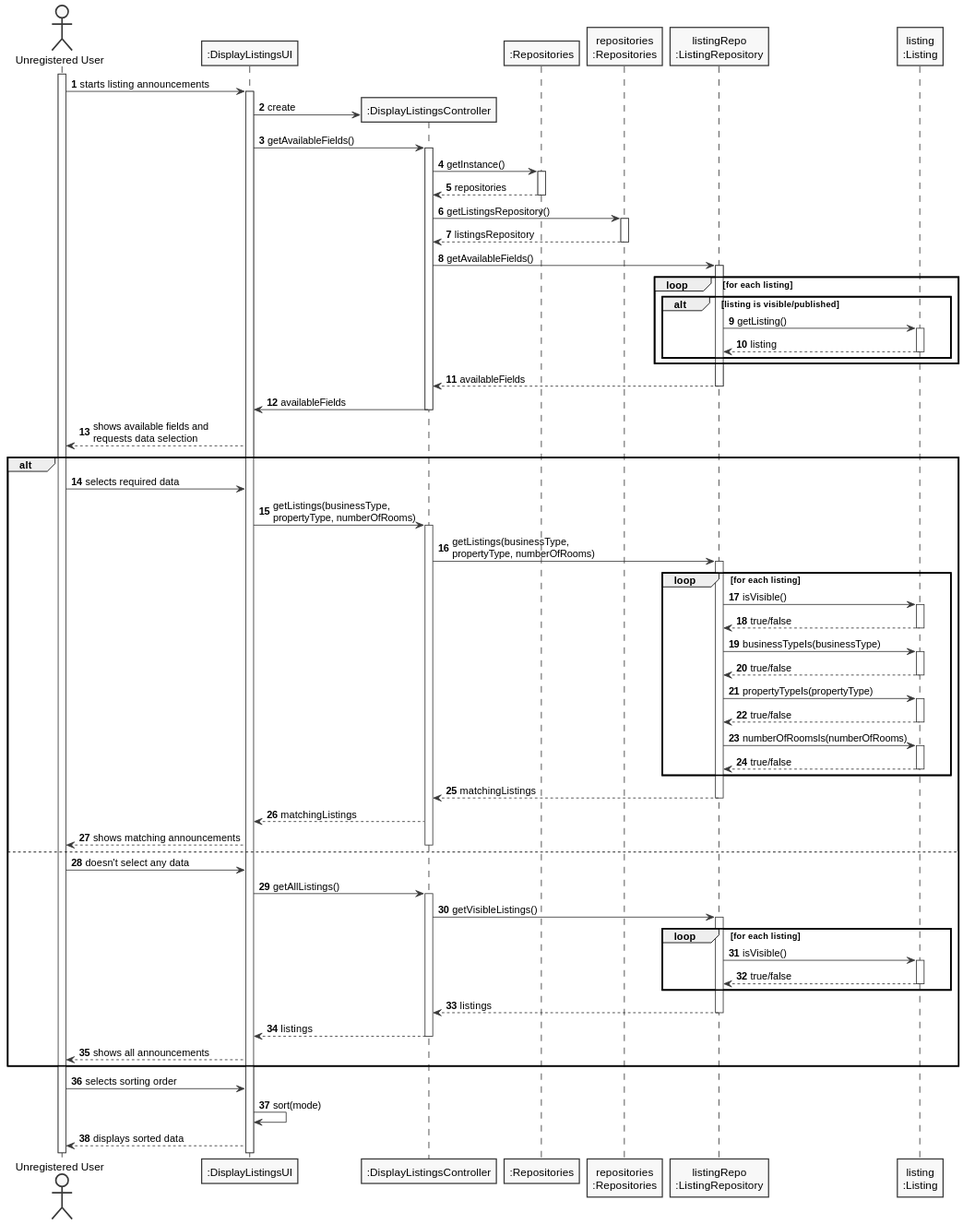
Before: docs/sprintB/US001/03.design/svg/us001-sequence-diagram-full.svg, a diagram exported from PlantUML (tiagohcorreia/LAPR2).
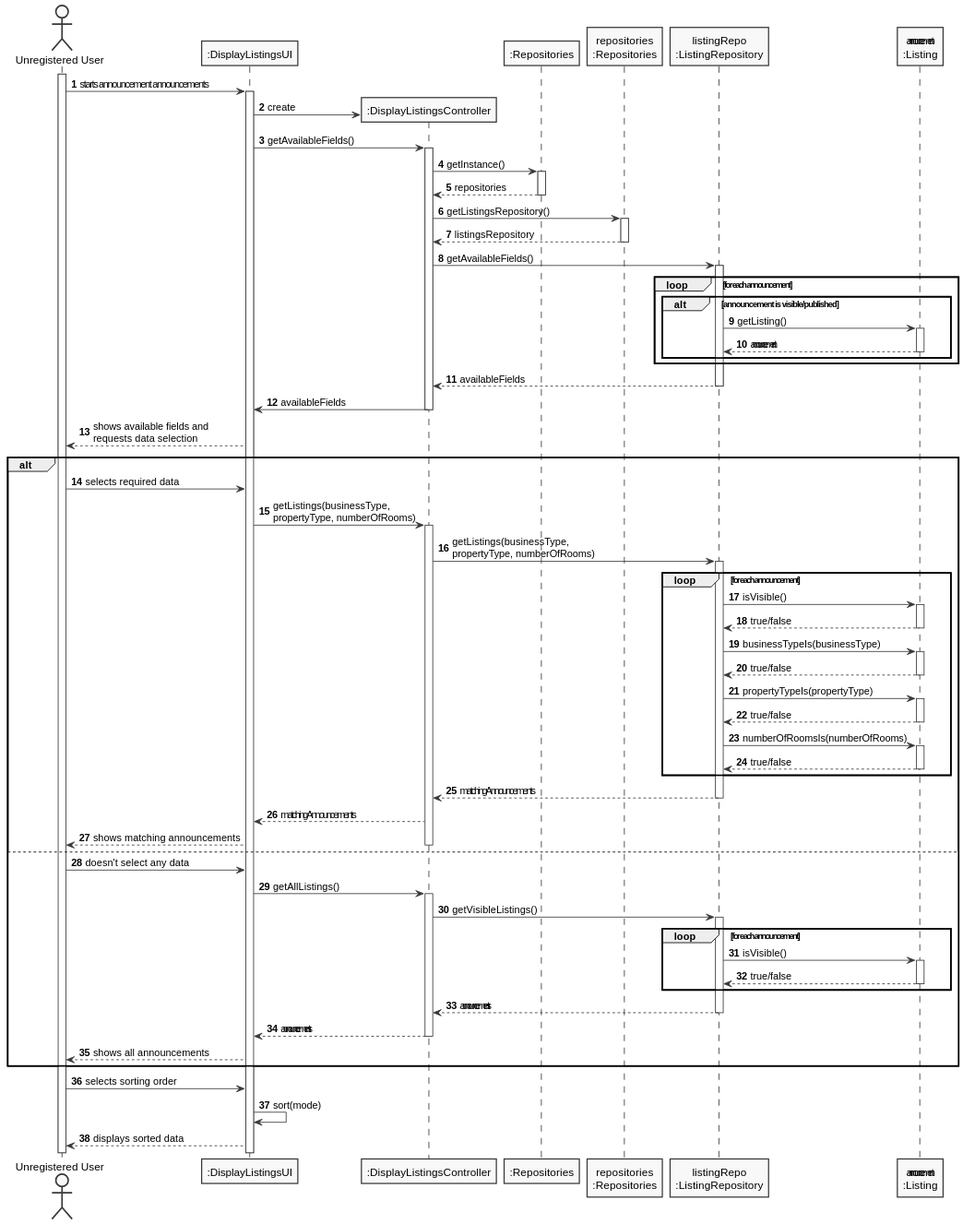
The same diagram one commit later.

Diff of the diagram source:
```diff
@@ -6,18 +6,18 @@
 autonumber
 
 actor "Unregistered User" as UR
-participant ":DisplayListingsUI" as UI
-participant ":DisplayListingsUI" as UI
+participant ":DisplayAnnouncementsUI" as UI
+participant ":DisplayAnnouncementsUI" as UI
 participant ":DisplayListingsController" as CTRL
 participant ":Repositories" as reposclass
 participant "repositories\n:Repositories" as repositories
-participant "listingRepo\n:ListingRepository" as LRepo
-participant "listing\n:Listing" as listing
+participant "listingRepo\n:AnnouncementRepository" as LRepo
+participant "announcement\n:Announcement" as announcement
 
 
 
 activate UR
-UR -> UI: starts listing announcements
+UR -> UI: starts announcement announcements
     activate UI
     UI -> CTRL**: create
 UI -> CTRL: getAvailableFields()
@@ -33,12 +33,12 @@
             deactivate repositories
         CTRL -> LRepo: getAvailableFields()
             activate LRepo
-            loop for each listing
-                alt listing is visible/published
-                LRepo -> listing: getListing()
-                    activate listing
-                    return listing
-                    deactivate listing
+            loop for each announcement
+                alt announcement is visible/published
+                LRepo -> announcement: getListing()
+                    activate announcement
+                    return announcement
+                    deactivate announcement
                 end
             end
             LRepo --> CTRL: availableFields
@@ -54,32 +54,32 @@
             activate CTRL
             CTRL -> LRepo: getListings(businessType,\npropertyType, numberOfRooms)
             activate LRepo
-            loop for each listing
-            LRepo -> listing: isVisible()
-            activate listing
+            loop for each announcement
+            LRepo -> announcement: isVisible()
+            activate announcement
             return true/false
-            deactivate listing
-            LRepo -> listing: businessTypeIs(businessType)
-            activate listing
+            deactivate announcement
+            LRepo -> announcement: businessTypeIs(businessType)
+            activate announcement
             return true/false
-            deactivate listing
+            deactivate announcement
 
-            LRepo -> listing: propertyTypeIs(propertyType)
-            activate listing
+            LRepo -> announcement: propertyTypeIs(propertyType)
+            activate announcement
             return true/false
-            deactivate listing
+            deactivate announcement
 
-            LRepo -> listing: numberOfRoomsIs(numberOfRooms)
-            activate listing
+            LRepo -> announcement: numberOfRoomsIs(numberOfRooms)
+            activate announcement
             return true/false
-            deactivate listing
+            deactivate announcement
 
 
             end
 
-LRepo --> CTRL: matchingListings
+LRepo --> CTRL: matchingAnnouncements
 deactivate LRepo
-CTRL --> UI: matchingListings
+CTRL --> UI: matchingAnnouncements
 UI --> UR: shows matching announcements
 deactivate CTRL
 else
@@ -88,16 +88,16 @@
 activate CTRL
 CTRL -> LRepo: getVisibleListings()
 activate LRepo
-loop for each listing
-    LRepo -> listing: isVisible()
-    activate listing
+loop for each announcement
+    LRepo -> announcement: isVisible()
+    activate announcement
     return true/false
-    deactivate listing
+    deactivate announcement
 end
-LRepo --> CTRL: listings
+LRepo --> CTRL: announcements
 deactivate LRepo
 
-CTRL --> UI: listings
+CTRL --> UI: announcements
 deactivate CTRL
 UI --> UR: shows all announcements
 
```
